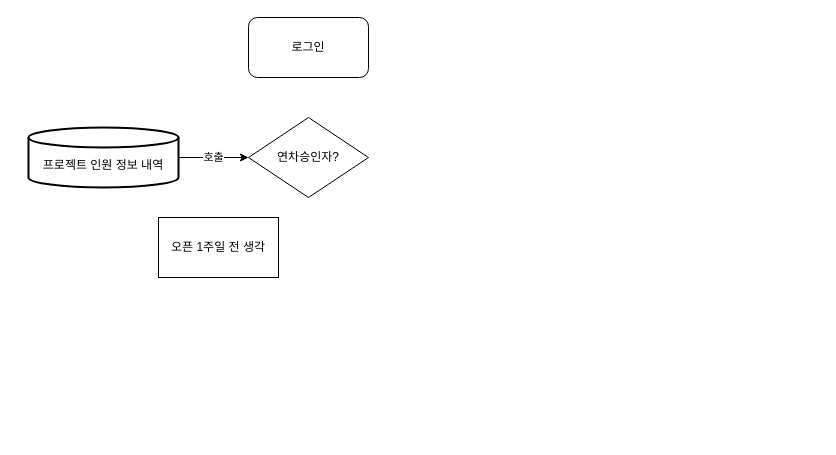
makerdobby/fastcampus-project-board keeps this draw.io diagram as page "연차승인" (5 of 10) of 제목 없는 다이어그램.drawio. Above is the earlier version. Source tidied: cells renumbered, new cells numbered last; positions are measured from the earlier drawing's top-left corner, leaving out a move shared by most shapes. Both pictures are drawn from the tidied source at 100%, with x=0, y=0 at pixel (28, 17).
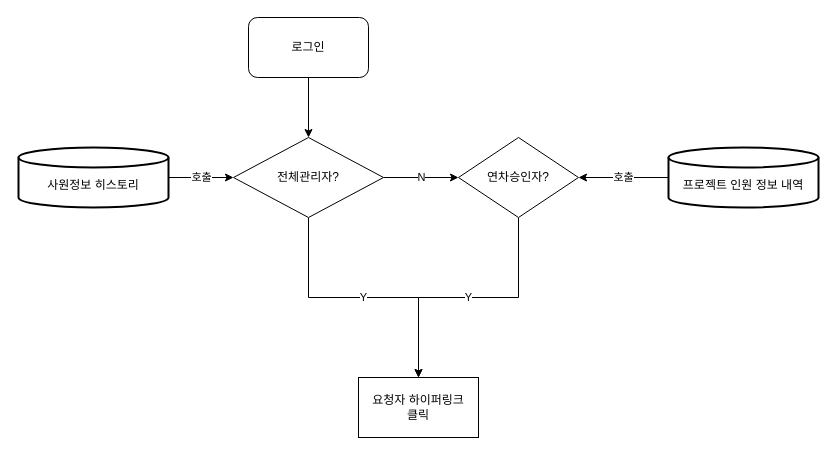
The same diagram, later.

What changed in the source:
```diff
@@
 <mxGraphModel>
   <root>
     <mxCell id="0" />
     <mxCell id="1" parent="0" />
+    <mxCell id="7" style="edgeStyle=orthogonalEdgeStyle;rounded=0;jettySize=auto;html=1;" parent="1" edge="1" source="2" target="11">
+      <mxGeometry relative="1" as="geometry" />
+    </mxCell>
     <mxCell id="2" value="로그인" style="rounded=1;whiteSpace=wrap;html=1;" parent="1" vertex="1">
       <mxGeometry x="220" width="120" height="60" as="geometry" />
     </mxCell>
+    <mxCell id="8" value="Y" style="edgeStyle=orthogonalEdgeStyle;rounded=0;jettySize=auto;html=1;entryX=0.5;entryY=0;entryDx=0;entryDy=0;" parent="1" edge="1" source="3" target="14">
+      <mxGeometry relative="1" as="geometry">
+        <Array as="points">
+          <mxPoint x="490" y="280" />
+          <mxPoint x="390" y="280" />
+        </Array>
+      </mxGeometry>
+    </mxCell>
     <mxCell id="3" value="연차승인자?" style="rhombus;whiteSpace=wrap;html=1;" parent="1" vertex="1">
-      <mxGeometry x="220" y="100" width="120" height="80" as="geometry" />
+      <mxGeometry x="430" y="120" width="120" height="80" as="geometry" />
     </mxCell>
     <mxCell id="4" value="호출" style="edgeStyle=orthogonalEdgeStyle;rounded=0;jettySize=auto;html=1;" parent="1" edge="1" source="5" target="3">
       <mxGeometry relative="1" as="geometry" />
     </mxCell>
     <mxCell id="5" value="&lt;br&gt;프로젝트 인원 정보 내역" style="strokeWidth=2;html=1;shape=mxgraph.flowchart.database;whiteSpace=wrap;" parent="1" vertex="1">
-      <mxGeometry y="110" width="150" height="60" as="geometry" />
+      <mxGeometry x="640" y="130" width="150" height="60" as="geometry" />
     </mxCell>
-    <mxCell id="6" value="오픈 1주일 전 생각" style="rounded=0;whiteSpace=wrap;html=1;" parent="1" vertex="1">
-      <mxGeometry x="130" y="200" width="120" height="60" as="geometry" />
-    </mxCell>
+    <mxCell id="9" value="Y" style="edgeStyle=orthogonalEdgeStyle;rounded=0;jettySize=auto;html=1;" parent="1" edge="1" source="11" target="14">
+      <mxGeometry relative="1" as="geometry" />
+    </mxCell>
+    <mxCell id="10" value="N" style="edgeStyle=orthogonalEdgeStyle;rounded=0;jettySize=auto;html=1;" parent="1" edge="1" source="11" target="3">
+      <mxGeometry relative="1" as="geometry" />
+    </mxCell>
+    <mxCell id="11" value="전체관리자?" style="rhombus;whiteSpace=wrap;html=1;" parent="1" vertex="1">
+      <mxGeometry x="205" y="120" width="150" height="80" as="geometry" />
+    </mxCell>
+    <mxCell id="12" value="호출" style="edgeStyle=orthogonalEdgeStyle;rounded=0;jettySize=auto;html=1;" parent="1" edge="1" source="13" target="11">
+      <mxGeometry relative="1" as="geometry" />
+    </mxCell>
+    <mxCell id="13" value="&lt;br&gt;사원정보 히스토리" style="strokeWidth=2;html=1;shape=mxgraph.flowchart.database;whiteSpace=wrap;" parent="1" vertex="1">
+      <mxGeometry x="-10" y="130" width="150" height="60" as="geometry" />
+    </mxCell>
+    <mxCell id="14" value="요청자 하이퍼링크&lt;br&gt;클릭" style="whiteSpace=wrap;html=1;" parent="1" vertex="1">
+      <mxGeometry x="330" y="360" width="120" height="60" as="geometry" />
+    </mxCell>
   </root>
 </mxGraphModel>
```
